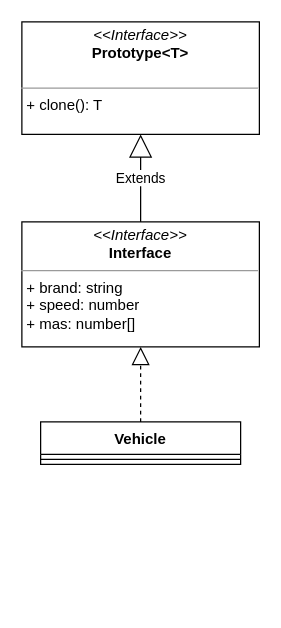
Above: Creational/Prototype/Prototype.drawio in Predatar/Patterns (draw.io), before the change. Source tidied: cells renumbered, new cells numbered last; positions are measured from the earlier drawing's top-left corner, leaving out a move shared by most shapes. Both pictures are drawn from the tidied source at 125%, with x=0, y=0 at pixel (21, 21).
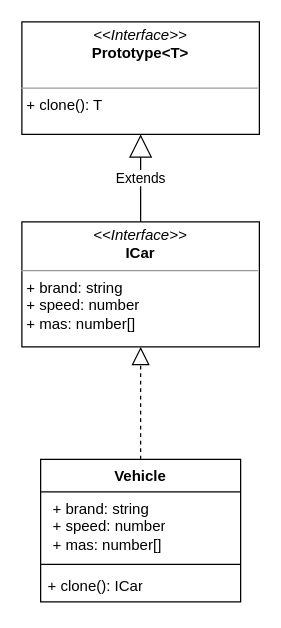
Above is the later version.

Diff of the diagram source:
```diff
@@
 <mxGraphModel>
   <root>
     <mxCell id="0" />
     <mxCell id="1" parent="0" />
     <mxCell id="2" value="&lt;p style=&quot;margin:0px;margin-top:4px;text-align:center;&quot;&gt;&lt;i&gt;&amp;lt;&amp;lt;Interface&amp;gt;&amp;gt;&lt;/i&gt;&lt;br&gt;&lt;b&gt;Prototype&amp;lt;T&amp;gt;&lt;/b&gt;&lt;/p&gt;&lt;p style=&quot;margin:0px;margin-left:4px;&quot;&gt;&lt;br&gt;&lt;/p&gt;&lt;hr size=&quot;1&quot;&gt;&lt;p style=&quot;margin:0px;margin-left:4px;&quot;&gt;+ clone(): T&lt;/p&gt;" style="verticalAlign=top;align=left;overflow=fill;fontSize=12;fontFamily=Helvetica;html=1;whiteSpace=wrap;" parent="1" vertex="1">
       <mxGeometry width="190" height="90" as="geometry" />
     </mxCell>
+    <mxCell id="4" value="&lt;p style=&quot;margin:0px;margin-top:4px;text-align:center;&quot;&gt;&lt;i&gt;&amp;lt;&amp;lt;Interface&amp;gt;&amp;gt;&lt;/i&gt;&lt;br&gt;&lt;b&gt;ICar&lt;/b&gt;&lt;/p&gt;&lt;hr size=&quot;1&quot;&gt;&lt;p style=&quot;margin:0px;margin-left:4px;&quot;&gt;+ brand: string&lt;br&gt;+ speed: number&lt;/p&gt;&lt;p style=&quot;margin:0px;margin-left:4px;&quot;&gt;+ mas: number[]&lt;/p&gt;&lt;p style=&quot;margin:0px;margin-left:4px;&quot;&gt;&lt;br&gt;&lt;/p&gt;" style="verticalAlign=top;align=left;overflow=fill;fontSize=12;fontFamily=Helvetica;html=1;whiteSpace=wrap;" parent="1" vertex="1">
+      <mxGeometry y="160" width="190" height="100" as="geometry" />
+    </mxCell>
+    <mxCell id="7" style="endArrow=block;dashed=1;endFill=0;endSize=12;html=1;rounded=0;" parent="1" edge="1" source="5" target="4">
+      <mxGeometry relative="1" as="geometry" />
+    </mxCell>
     <mxCell id="3" value="Extends" style="endArrow=block;endSize=16;endFill=0;html=1;rounded=0;" parent="1" edge="1" source="4" target="2">
       <mxGeometry relative="1" as="geometry" />
     </mxCell>
-    <mxCell id="4" value="&lt;p style=&quot;margin:0px;margin-top:4px;text-align:center;&quot;&gt;&lt;i&gt;&amp;lt;&amp;lt;Interface&amp;gt;&amp;gt;&lt;/i&gt;&lt;br&gt;&lt;b&gt;Interface&lt;/b&gt;&lt;/p&gt;&lt;hr size=&quot;1&quot;&gt;&lt;p style=&quot;margin:0px;margin-left:4px;&quot;&gt;+ brand: string&lt;br&gt;+ speed: number&lt;/p&gt;&lt;p style=&quot;margin:0px;margin-left:4px;&quot;&gt;+ mas: number[]&lt;/p&gt;&lt;p style=&quot;margin:0px;margin-left:4px;&quot;&gt;&lt;br&gt;&lt;/p&gt;" style="verticalAlign=top;align=left;overflow=fill;fontSize=12;fontFamily=Helvetica;html=1;whiteSpace=wrap;" parent="1" vertex="1">
-      <mxGeometry y="160" width="190" height="100" as="geometry" />
-    </mxCell>
     <mxCell id="5" value="Vehicle" style="swimlane;fontStyle=1;align=center;verticalAlign=top;horizontal=1;startSize=26;whiteSpace=wrap;html=1;" parent="1" vertex="1">
-      <mxGeometry x="15" y="320" width="160" height="34" as="geometry" />
+      <mxGeometry x="15" y="350" width="160" height="114" as="geometry" />
     </mxCell>
-    <mxCell id="6" style="line;strokeWidth=1;fillColor=none;align=left;verticalAlign=middle;spacingTop=-1;spacingLeft=3;spacingRight=3;labelPosition=right;strokeColor=inherit;" parent="5" vertex="1">
-      <mxGeometry y="26" width="160" height="8" as="geometry" />
-    </mxCell>
-    <mxCell id="7" style="endArrow=block;dashed=1;endFill=0;endSize=12;html=1;rounded=0;" parent="1" edge="1" source="5" target="4">
-      <mxGeometry relative="1" as="geometry" />
-    </mxCell>
+    <mxCell id="8" value="&lt;p style=&quot;border-color: var(--border-color); margin: 0px 0px 0px 4px;&quot;&gt;+ brand: string&lt;br style=&quot;border-color: var(--border-color);&quot;&gt;+ speed: number&lt;/p&gt;&lt;p style=&quot;border-color: var(--border-color); margin: 0px 0px 0px 4px;&quot;&gt;+ mas: number[]&lt;/p&gt;" style="text;strokeColor=none;fillColor=none;align=left;verticalAlign=top;spacingLeft=4;spacingRight=4;overflow=hidden;whiteSpace=wrap;html=1;" parent="5" vertex="1">
+      <mxGeometry y="26" width="160" height="54" as="geometry" />
+    </mxCell>
+    <mxCell id="9" style="line;strokeWidth=1;fillColor=none;align=left;verticalAlign=middle;spacingTop=-1;spacingLeft=3;spacingRight=3;labelPosition=right;strokeColor=inherit;" parent="5" vertex="1">
+      <mxGeometry y="80" width="160" height="8" as="geometry" />
+    </mxCell>
+    <mxCell id="10" value="+ clone(): ICar" style="text;strokeColor=none;fillColor=none;align=left;verticalAlign=top;spacingLeft=4;spacingRight=4;overflow=hidden;whiteSpace=wrap;html=1;" parent="5" vertex="1">
+      <mxGeometry y="88" width="160" height="26" as="geometry" />
+    </mxCell>
   </root>
 </mxGraphModel>
```
